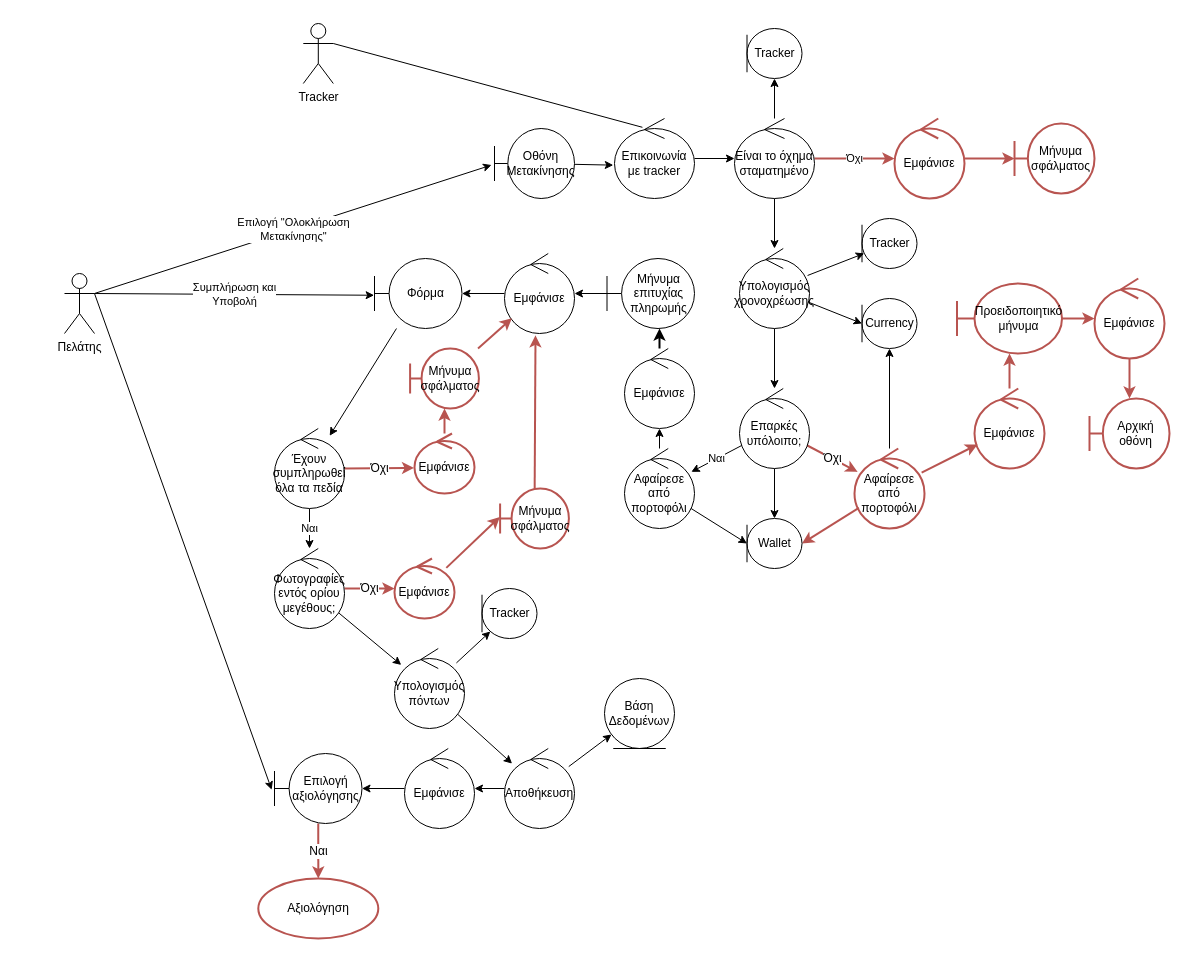
Nikolis2002/texnoligia_logismikou keeps this draw.io diagram as Part_2/Robustness/diagrams/03_Ολοκλήρωση_Μετακίνησης.drawio. Above is the earlier version. Source tidied: cells renumbered, new cells numbered last; positions are measured from the earlier drawing's top-left corner, leaving out a move shared by most shapes. Both pictures are drawn from the tidied source at 100%, with x=0, y=0 at pixel (64, 23).
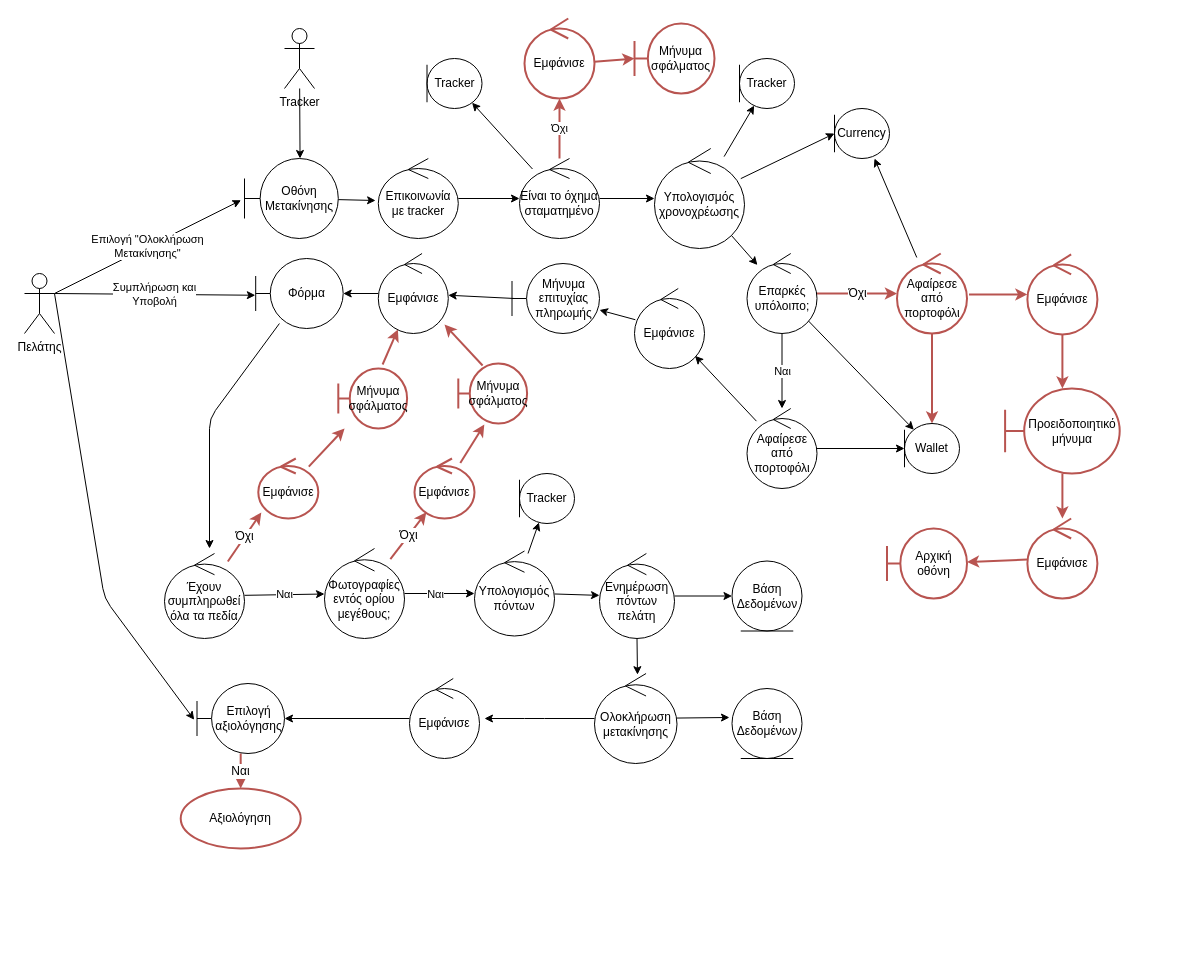
Above is the later version.

The change refers to these unchanged cells:
```xml
<mxCell id="57" style="edgeStyle=none;html=1;endArrow=classic;endFill=1;" parent="1" edge="1" source="58" target="69">
  <mxGeometry relative="1" as="geometry" />
</mxCell>
```

Diff of the diagram source:
```diff
@@
     <mxCell id="4" style="edgeStyle=none;html=1;exitX=1;exitY=0.3333333333333333;exitDx=0;exitDy=0;exitPerimeter=0;entryX=-0.032;entryY=0.518;entryDx=0;entryDy=0;entryPerimeter=0;endArrow=classic;endFill=1;" parent="1" edge="1" source="5" target="78">
-      <mxGeometry relative="1" as="geometry" />
+      <mxGeometry relative="1" as="geometry">
+        <Array as="points">
+          <mxPoint x="40" y="575" />
+        </Array>
+      </mxGeometry>
     </mxCell>
     <mxCell id="5" value="Πελάτης" style="shape=umlActor;verticalLabelPosition=bottom;verticalAlign=top;html=1;" parent="1" vertex="1">
-      <mxGeometry y="250" width="30" height="60" as="geometry" />
+      <mxGeometry x="-40" y="250" width="30" height="60" as="geometry" />
     </mxCell>
-    <mxCell id="6" style="edgeStyle=none;html=1;entryX=-0.015;entryY=0.583;entryDx=0;entryDy=0;entryPerimeter=0;endArrow=classic;endFill=1;" parent="1" edge="1" source="7" target="9">
+    <mxCell id="6" style="edgeStyle=none;html=1;entryX=-0.034;entryY=0.525;entryDx=0;entryDy=0;entryPerimeter=0;endArrow=classic;endFill=1;" parent="1" edge="1" source="7" target="9">
       <mxGeometry relative="1" as="geometry" />
     </mxCell>
     <mxCell id="7" value="Οθόνη Μετακίνησης" style="shape=umlBoundary;whiteSpace=wrap;html=1;" parent="1" vertex="1">
-      <mxGeometry x="430" y="105" width="80" height="70" as="geometry" />
+      <mxGeometry x="180" y="135" width="93.8" height="80" as="geometry" />
     </mxCell>
@@
     <mxCell id="9" value="Επικοινωνία με tracker" style="ellipse;shape=umlControl;whiteSpace=wrap;html=1;" parent="1" vertex="1">
-      <mxGeometry x="550" y="95" width="80" height="80" as="geometry" />
+      <mxGeometry x="313.8" y="135" width="80" height="80" as="geometry" />
     </mxCell>
-    <mxCell id="10" style="edgeStyle=none;html=1;exitX=1;exitY=0.3333333333333333;exitDx=0;exitDy=0;exitPerimeter=0;entryX=0.349;entryY=0.11;entryDx=0;entryDy=0;entryPerimeter=0;endArrow=none;endFill=0;" parent="1" edge="1" source="11" target="9">
-      <mxGeometry relative="1" as="geometry" />
-    </mxCell>
+    <mxCell id="80" style="edgeStyle=none;html=1;entryX=0.592;entryY=0;entryDx=0;entryDy=0;entryPerimeter=0;" parent="1" edge="1" source="11" target="7">
+      <mxGeometry relative="1" as="geometry" />
+    </mxCell>
     <mxCell id="11" value="Tracker" style="shape=umlActor;verticalLabelPosition=bottom;verticalAlign=top;html=1;" parent="1" vertex="1">
-      <mxGeometry x="238.8" width="30" height="60" as="geometry" />
+      <mxGeometry x="220" y="5" width="30" height="60" as="geometry" />
     </mxCell>
@@
     <mxCell id="15" value="Είναι το όχημα σταματημένο" style="ellipse;shape=umlControl;whiteSpace=wrap;html=1;" parent="1" vertex="1">
-      <mxGeometry x="670" y="95" width="80" height="80" as="geometry" />
+      <mxGeometry x="455" y="135" width="80" height="80" as="geometry" />
     </mxCell>
     <mxCell id="16" value="Tracker" style="ellipse;shape=umlEntity;whiteSpace=wrap;html=1;direction=south;" parent="1" vertex="1">
-      <mxGeometry x="682.5" y="5" width="55" height="50" as="geometry" />
+      <mxGeometry x="362.5" y="35" width="55" height="50" as="geometry" />
     </mxCell>
@@
     <mxCell id="18" value="Εμφάνισε" style="ellipse;shape=umlControl;whiteSpace=wrap;html=1;fillColor=none;strokeColor=#b85450;strokeWidth=2;" parent="1" vertex="1">
-      <mxGeometry x="830" y="95" width="70" height="80" as="geometry" />
+      <mxGeometry x="460" y="-5" width="70" height="80" as="geometry" />
     </mxCell>
     <mxCell id="19" value="Μήνυμα σφάλματος" style="shape=umlBoundary;whiteSpace=wrap;html=1;fillColor=none;strokeColor=#b85450;strokeWidth=2;" parent="1" vertex="1">
-      <mxGeometry x="950" y="100" width="80" height="70" as="geometry" />
+      <mxGeometry x="570" width="80" height="70" as="geometry" />
     </mxCell>
@@
     <mxCell id="23" value="Υπολογισμός χρονοχρέωσης" style="ellipse;shape=umlControl;whiteSpace=wrap;html=1;" parent="1" vertex="1">
-      <mxGeometry x="675" y="225" width="70" height="80" as="geometry" />
+      <mxGeometry x="590" y="125" width="90" height="100" as="geometry" />
     </mxCell>
     <mxCell id="24" value="Tracker" style="ellipse;shape=umlEntity;whiteSpace=wrap;html=1;direction=south;" parent="1" vertex="1">
-      <mxGeometry x="797.5" y="195" width="55" height="50" as="geometry" />
+      <mxGeometry x="675" y="35" width="55" height="50" as="geometry" />
     </mxCell>
@@
     <mxCell id="28" value="Επαρκές υπόλοιπο;" style="ellipse;shape=umlControl;whiteSpace=wrap;html=1;" parent="1" vertex="1">
-      <mxGeometry x="675" y="365" width="70" height="80" as="geometry" />
+      <mxGeometry x="682.5" y="230" width="70" height="80" as="geometry" />
     </mxCell>
@@
     <mxCell id="31" value="Αφαίρεσε από πορτοφόλι" style="ellipse;shape=umlControl;whiteSpace=wrap;html=1;" parent="1" vertex="1">
-      <mxGeometry x="560" y="425" width="70" height="80" as="geometry" />
+      <mxGeometry x="682.5" y="385" width="70" height="80" as="geometry" />
     </mxCell>
-    <mxCell id="32" style="edgeStyle=none;html=1;entryX=1;entryY=0.5;entryDx=0;entryDy=0;endArrow=classic;endFill=1;" parent="1" edge="1" source="35" target="36">
+    <mxCell id="32" style="edgeStyle=none;html=1;entryX=1;entryY=0.273;entryDx=0;entryDy=0;endArrow=classic;endFill=1;entryPerimeter=0;" parent="1" edge="1" source="35" target="36">
       <mxGeometry relative="1" as="geometry" />
     </mxCell>
-    <mxCell id="33" style="edgeStyle=none;html=1;entryX=0.5;entryY=0;entryDx=0;entryDy=0;endArrow=classic;endFill=1;fontSize=12;fillColor=none;strokeColor=#b85450;strokeWidth=2;" parent="1" edge="1" source="35" target="37">
+    <mxCell id="33" style="edgeStyle=none;html=1;entryX=0;entryY=0.5;entryDx=0;entryDy=0;endArrow=classic;endFill=1;fontSize=12;fillColor=none;strokeColor=#b85450;strokeWidth=2;" parent="1" edge="1" source="35" target="37">
       <mxGeometry relative="1" as="geometry" />
     </mxCell>
-    <mxCell id="34" style="edgeStyle=none;html=1;endArrow=classic;endFill=1;fontSize=12;fillColor=none;strokeColor=#b85450;strokeWidth=2;" parent="1" edge="1" source="35" target="39">
+    <mxCell id="34" style="edgeStyle=none;html=1;endArrow=classic;endFill=1;fontSize=12;fillColor=none;strokeColor=#b85450;strokeWidth=2;exitX=1.029;exitY=0.513;exitDx=0;exitDy=0;exitPerimeter=0;" parent="1" edge="1" source="35" target="39">
       <mxGeometry relative="1" as="geometry" />
     </mxCell>
     <mxCell id="35" value="Αφαίρεσε από πορτοφόλι" style="ellipse;shape=umlControl;whiteSpace=wrap;html=1;fillColor=none;strokeColor=#b85450;strokeWidth=2;" parent="1" vertex="1">
-      <mxGeometry x="790" y="425" width="70" height="80" as="geometry" />
+      <mxGeometry x="832.5" y="230" width="70" height="80" as="geometry" />
     </mxCell>
     <mxCell id="36" value="Currency" style="ellipse;shape=umlEntity;whiteSpace=wrap;html=1;direction=south;" parent="1" vertex="1">
-      <mxGeometry x="797.5" y="275" width="55" height="50" as="geometry" />
+      <mxGeometry x="770" y="85" width="55" height="50" as="geometry" />
     </mxCell>
     <mxCell id="37" value="Wallet" style="ellipse;shape=umlEntity;whiteSpace=wrap;html=1;direction=south;" parent="1" vertex="1">
-      <mxGeometry x="682.5" y="495" width="55" height="50" as="geometry" />
+      <mxGeometry x="840" y="400" width="55" height="50" as="geometry" />
     </mxCell>
@@
     <mxCell id="39" value="Εμφάνισε" style="ellipse;shape=umlControl;whiteSpace=wrap;html=1;fillColor=none;strokeColor=#b85450;strokeWidth=2;" parent="1" vertex="1">
-      <mxGeometry x="910" y="365" width="70" height="80" as="geometry" />
+      <mxGeometry x="962.9" y="230.9" width="70" height="80" as="geometry" />
     </mxCell>
@@
     <mxCell id="41" value="Προειδοποιητικό μήνυμα" style="shape=umlBoundary;whiteSpace=wrap;html=1;fillColor=none;strokeColor=#b85450;strokeWidth=2;" parent="1" vertex="1">
-      <mxGeometry x="892.5" y="260" width="105" height="70" as="geometry" />
+      <mxGeometry x="940.6" y="365" width="114.6" height="85" as="geometry" />
     </mxCell>
@@
     <mxCell id="43" value="Εμφάνισε" style="ellipse;shape=umlControl;whiteSpace=wrap;html=1;fillColor=none;strokeColor=#b85450;strokeWidth=2;" parent="1" vertex="1">
-      <mxGeometry x="1030" y="255" width="70" height="80" as="geometry" />
+      <mxGeometry x="962.9" y="495" width="70" height="80" as="geometry" />
     </mxCell>
     <mxCell id="44" value="Αρχική οθόνη" style="shape=umlBoundary;whiteSpace=wrap;html=1;fillColor=none;strokeColor=#b85450;strokeWidth=2;" parent="1" vertex="1">
-      <mxGeometry x="1025" y="375" width="80" height="70" as="geometry" />
+      <mxGeometry x="822.5" y="505" width="80" height="70" as="geometry" />
     </mxCell>
-    <mxCell id="45" style="edgeStyle=none;html=1;strokeWidth=2;endArrow=classic;endFill=1;" parent="1" edge="1" source="46" target="48">
-      <mxGeometry relative="1" as="geometry">
-        <Array as="points">
-          <mxPoint x="595" y="305" />
-        </Array>
-      </mxGeometry>
+    <mxCell id="45" style="edgeStyle=none;html=1;strokeWidth=1;endArrow=classic;endFill=1;" parent="1" edge="1" source="46" target="48">
+      <mxGeometry relative="1" as="geometry" />
     </mxCell>
     <mxCell id="46" value="Εμφάνισε" style="ellipse;shape=umlControl;whiteSpace=wrap;html=1;" parent="1" vertex="1">
-      <mxGeometry x="560" y="325" width="70" height="80" as="geometry" />
+      <mxGeometry x="570" y="265" width="70" height="80" as="geometry" />
     </mxCell>
-    <mxCell id="47" style="edgeStyle=none;html=1;endArrow=classic;endFill=1;" parent="1" edge="1" source="48" target="50">
+    <mxCell id="47" style="edgeStyle=none;html=1;endArrow=classic;endFill=1;exitX=0.029;exitY=0.5;exitDx=0;exitDy=0;exitPerimeter=0;" parent="1" edge="1" source="48" target="50">
       <mxGeometry relative="1" as="geometry" />
     </mxCell>
     <mxCell id="48" value="Μήνυμα επιτυχίας πληρωμής" style="shape=umlBoundary;whiteSpace=wrap;html=1;" parent="1" vertex="1">
-      <mxGeometry x="542.5" y="235" width="87.5" height="70" as="geometry" />
+      <mxGeometry x="447.5" y="240" width="87.5" height="70" as="geometry" />
     </mxCell>
@@
     <mxCell id="50" value="Εμφάνισε" style="ellipse;shape=umlControl;whiteSpace=wrap;html=1;" parent="1" vertex="1">
-      <mxGeometry x="440" y="230" width="70" height="80" as="geometry" />
+      <mxGeometry x="313.8" y="230" width="70" height="80" as="geometry" />
     </mxCell>
-    <mxCell id="51" style="edgeStyle=none;html=1;endArrow=classic;endFill=1;" parent="1" edge="1" source="52" target="55">
-      <mxGeometry relative="1" as="geometry" />
+    <mxCell id="51" style="edgeStyle=none;html=1;endArrow=classic;endFill=1;exitX=0.271;exitY=0.929;exitDx=0;exitDy=0;exitPerimeter=0;" parent="1" edge="1" source="52">
+      <mxGeometry relative="1" as="geometry">
+        <mxPoint x="145" y="525" as="targetPoint" />
+        <Array as="points">
+          <mxPoint x="145" y="395" />
+        </Array>
+      </mxGeometry>
     </mxCell>
     <mxCell id="52" value="Φόρμα" style="shape=umlBoundary;whiteSpace=wrap;html=1;" parent="1" vertex="1">
-      <mxGeometry x="310" y="235" width="87.5" height="70" as="geometry" />
+      <mxGeometry x="191.2" y="235" width="87.5" height="70" as="geometry" />
     </mxCell>
-    <mxCell id="53" value="Όχι" style="edgeStyle=none;html=1;endArrow=classic;endFill=1;entryX=-0.007;entryY=0.574;entryDx=0;entryDy=0;entryPerimeter=0;fontSize=12;fillColor=none;strokeColor=#b85450;strokeWidth=2;" parent="1" edge="1" source="55" target="60">
+    <mxCell id="53" value="Όχι" style="edgeStyle=none;html=1;endArrow=classic;endFill=1;entryX=0.05;entryY=0.9;entryDx=0;entryDy=0;entryPerimeter=0;fontSize=12;fillColor=none;strokeColor=#b85450;strokeWidth=2;" parent="1" edge="1" source="55" target="60">
       <mxGeometry relative="1" as="geometry" />
     </mxCell>
@@
     <mxCell id="55" value="Έχουν συμπληρωθεί όλα τα πεδία" style="ellipse;shape=umlControl;whiteSpace=wrap;html=1;" parent="1" vertex="1">
-      <mxGeometry x="210" y="405" width="70" height="80" as="geometry" />
+      <mxGeometry x="100" y="530" width="80" height="85" as="geometry" />
     </mxCell>
@@
+    <mxCell id="81" value="Ναι" style="edgeLabel;html=1;align=center;verticalAlign=middle;" parent="57" vertex="1">
+      <mxGeometry x="-0.46" y="-2" relative="1" as="geometry">
+        <mxPoint x="11" y="-2" as="offset" />
+      </mxGeometry>
+    </mxCell>
     <mxCell id="58" value="Φωτογραφίες εντός ορίου μεγέθους;" style="ellipse;shape=umlControl;whiteSpace=wrap;html=1;" parent="1" vertex="1">
-      <mxGeometry x="210" y="525" width="70" height="80" as="geometry" />
+      <mxGeometry x="260" y="525" width="80" height="90" as="geometry" />
     </mxCell>
@@
     <mxCell id="60" value="Εμφάνισε" style="ellipse;shape=umlControl;whiteSpace=wrap;html=1;fillColor=none;strokeColor=#b85450;strokeWidth=2;" parent="1" vertex="1">
-      <mxGeometry x="350" y="410" width="60" height="60" as="geometry" />
+      <mxGeometry x="193.8" y="435" width="60" height="60" as="geometry" />
     </mxCell>
-    <mxCell id="61" style="edgeStyle=none;html=1;endArrow=classic;endFill=1;fontSize=12;fillColor=none;strokeColor=#b85450;strokeWidth=2;" parent="1" edge="1" source="62" target="50">
+    <mxCell id="61" style="edgeStyle=none;html=1;endArrow=classic;endFill=1;fontSize=12;fillColor=none;strokeColor=#b85450;strokeWidth=2;exitX=0.644;exitY=-0.067;exitDx=0;exitDy=0;exitPerimeter=0;" parent="1" edge="1" source="62" target="50">
       <mxGeometry relative="1" as="geometry" />
     </mxCell>
     <mxCell id="62" value="Μήνυμα σφάλματος" style="shape=umlBoundary;whiteSpace=wrap;html=1;fillColor=none;strokeColor=#b85450;strokeWidth=2;" parent="1" vertex="1">
-      <mxGeometry x="345.6" y="325" width="68.8" height="60" as="geometry" />
+      <mxGeometry x="273.8" y="345" width="68.8" height="60" as="geometry" />
     </mxCell>
-    <mxCell id="63" style="edgeStyle=none;html=1;entryX=-0.003;entryY=0.473;entryDx=0;entryDy=0;entryPerimeter=0;endArrow=classic;endFill=1;fontSize=12;fillColor=none;strokeColor=#b85450;strokeWidth=2;" parent="1" edge="1" source="64" target="66">
+    <mxCell id="63" style="edgeStyle=none;html=1;entryX=0.378;entryY=1.017;entryDx=0;entryDy=0;entryPerimeter=0;endArrow=classic;endFill=1;fontSize=12;fillColor=none;strokeColor=#b85450;strokeWidth=2;" parent="1" edge="1" source="64" target="66">
       <mxGeometry relative="1" as="geometry" />
     </mxCell>
     <mxCell id="64" value="Εμφάνισε" style="ellipse;shape=umlControl;whiteSpace=wrap;html=1;fillColor=none;strokeColor=#b85450;strokeWidth=2;" parent="1" vertex="1">
-      <mxGeometry x="330" y="535" width="60" height="60" as="geometry" />
+      <mxGeometry x="350" y="435" width="60" height="60" as="geometry" />
     </mxCell>
-    <mxCell id="65" style="edgeStyle=none;html=1;entryX=0.443;entryY=1.023;entryDx=0;entryDy=0;entryPerimeter=0;endArrow=classic;endFill=1;fontSize=12;fillColor=none;strokeColor=#b85450;strokeWidth=2;" parent="1" edge="1" source="66" target="50">
+    <mxCell id="65" style="edgeStyle=none;html=1;entryX=0.946;entryY=0.888;entryDx=0;entryDy=0;entryPerimeter=0;endArrow=classic;endFill=1;fontSize=12;fillColor=none;strokeColor=#b85450;strokeWidth=2;exitX=0.353;exitY=0.033;exitDx=0;exitDy=0;exitPerimeter=0;" parent="1" edge="1" source="66" target="50">
       <mxGeometry relative="1" as="geometry" />
     </mxCell>
     <mxCell id="66" value="Μήνυμα σφάλματος" style="shape=umlBoundary;whiteSpace=wrap;html=1;fillColor=none;strokeColor=#b85450;strokeWidth=2;" parent="1" vertex="1">
-      <mxGeometry x="435.6" y="465" width="68.8" height="60" as="geometry" />
+      <mxGeometry x="393.8" y="340" width="68.8" height="60" as="geometry" />
     </mxCell>
@@
     <mxCell id="69" value="Υπολογισμός πόντων" style="ellipse;shape=umlControl;whiteSpace=wrap;html=1;" parent="1" vertex="1">
-      <mxGeometry x="330" y="625" width="70" height="80" as="geometry" />
+      <mxGeometry x="410" y="527.5" width="80" height="85" as="geometry" />
     </mxCell>
@@
-    <mxCell id="71" style="edgeStyle=none;html=1;endArrow=classic;endFill=1;" parent="1" edge="1" source="72" target="76">
+    <mxCell id="71" style="edgeStyle=none;html=1;endArrow=classic;endFill=1;entryX=0.521;entryY=0.013;entryDx=0;entryDy=0;entryPerimeter=0;" parent="1" edge="1" source="72" target="84">
       <mxGeometry relative="1" as="geometry" />
     </mxCell>
-    <mxCell id="72" value="Αποθήκευση" style="ellipse;shape=umlControl;whiteSpace=wrap;html=1;" parent="1" vertex="1">
-      <mxGeometry x="440" y="725" width="70" height="80" as="geometry" />
+    <mxCell id="72" value="Ενημέρωση πόντων πελάτη" style="ellipse;shape=umlControl;whiteSpace=wrap;html=1;" parent="1" vertex="1">
+      <mxGeometry x="535" y="530" width="75" height="85" as="geometry" />
     </mxCell>
     <mxCell id="73" value="Tracker" style="ellipse;shape=umlEntity;whiteSpace=wrap;html=1;direction=south;" parent="1" vertex="1">
-      <mxGeometry x="417.5" y="565" width="55" height="50" as="geometry" />
+      <mxGeometry x="455" y="450" width="55" height="50" as="geometry" />
     </mxCell>
     <mxCell id="74" value="Βάση Δεδομένων" style="ellipse;shape=umlEntity;whiteSpace=wrap;html=1;" parent="1" vertex="1">
-      <mxGeometry x="540" y="655" width="70" height="70" as="geometry" />
+      <mxGeometry x="667.5" y="537.5" width="70" height="70" as="geometry" />
     </mxCell>
@@
     <mxCell id="76" value="Εμφάνισε" style="ellipse;shape=umlControl;whiteSpace=wrap;html=1;" parent="1" vertex="1">
-      <mxGeometry x="340" y="725" width="70" height="80" as="geometry" />
+      <mxGeometry x="345" y="655" width="70" height="80" as="geometry" />
     </mxCell>
@@
     <mxCell id="78" value="Επιλογή αξιολόγησης" style="shape=umlBoundary;whiteSpace=wrap;html=1;" parent="1" vertex="1">
-      <mxGeometry x="210" y="730" width="87.5" height="70" as="geometry" />
+      <mxGeometry x="132.5" y="660" width="87.5" height="70" as="geometry" />
     </mxCell>
     <mxCell id="79" value="Αξιολόγηση" style="ellipse;whiteSpace=wrap;html=1;fillColor=none;strokeColor=#b85450;strokeWidth=2;" parent="1" vertex="1">
-      <mxGeometry x="193.8" y="855" width="120" height="60" as="geometry" />
+      <mxGeometry x="116.2" y="765" width="120" height="60" as="geometry" />
     </mxCell>
+    <mxCell id="82" style="edgeStyle=none;html=1;strokeWidth=1;entryX=1.071;entryY=0.5;entryDx=0;entryDy=0;entryPerimeter=0;" parent="1" edge="1" source="84" target="76">
+      <mxGeometry relative="1" as="geometry">
+        <Array as="points">
+          <mxPoint x="470" y="695" />
+        </Array>
+      </mxGeometry>
+    </mxCell>
+    <mxCell id="83" style="edgeStyle=none;html=1;entryX=-0.036;entryY=0.414;entryDx=0;entryDy=0;entryPerimeter=0;strokeWidth=1;" parent="1" edge="1" source="84" target="85">
+      <mxGeometry relative="1" as="geometry" />
+    </mxCell>
+    <mxCell id="84" value="Ολοκλήρωση μετακίνησης" style="ellipse;shape=umlControl;whiteSpace=wrap;html=1;" parent="1" vertex="1">
+      <mxGeometry x="530" y="650" width="82.5" height="90" as="geometry" />
+    </mxCell>
+    <mxCell id="85" value="Βάση Δεδομένων" style="ellipse;shape=umlEntity;whiteSpace=wrap;html=1;" parent="1" vertex="1">
+      <mxGeometry x="667.5" y="665" width="70" height="70" as="geometry" />
+    </mxCell>
```
